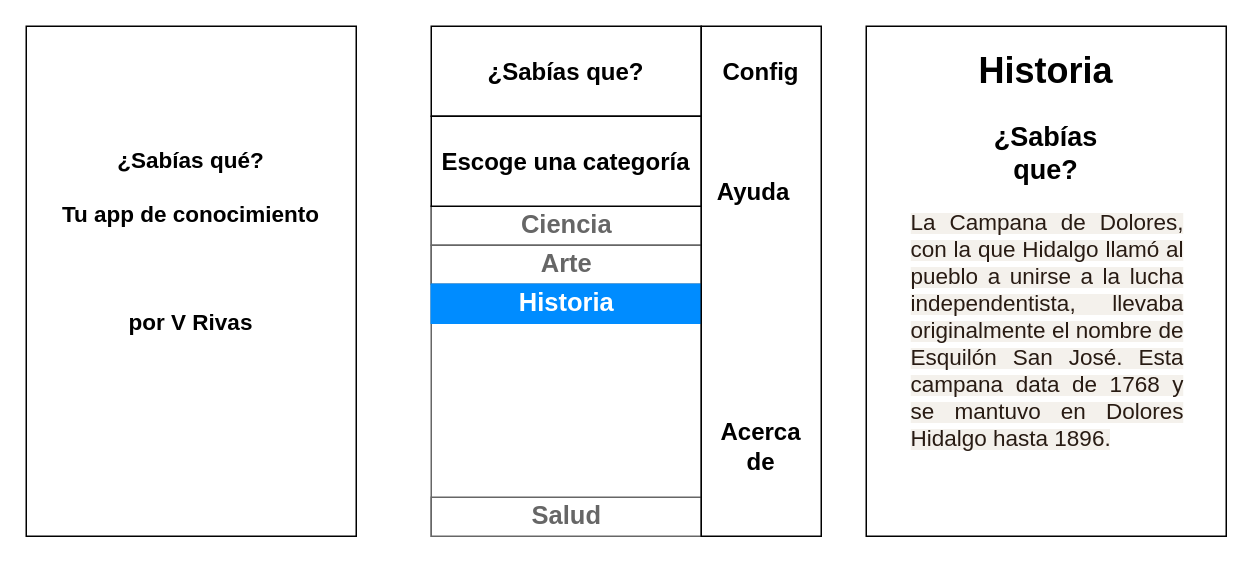
Earlier version of the draw.io diagram Untitled Diagram.drawio (radiovictrola/appdemo1). Source tidied: cells renumbered, new cells numbered last; positions are measured from the earlier drawing's top-left corner, leaving out a move shared by most shapes. Both pictures are drawn from the tidied source at 150%, with x=0, y=0 at pixel (26, 26).
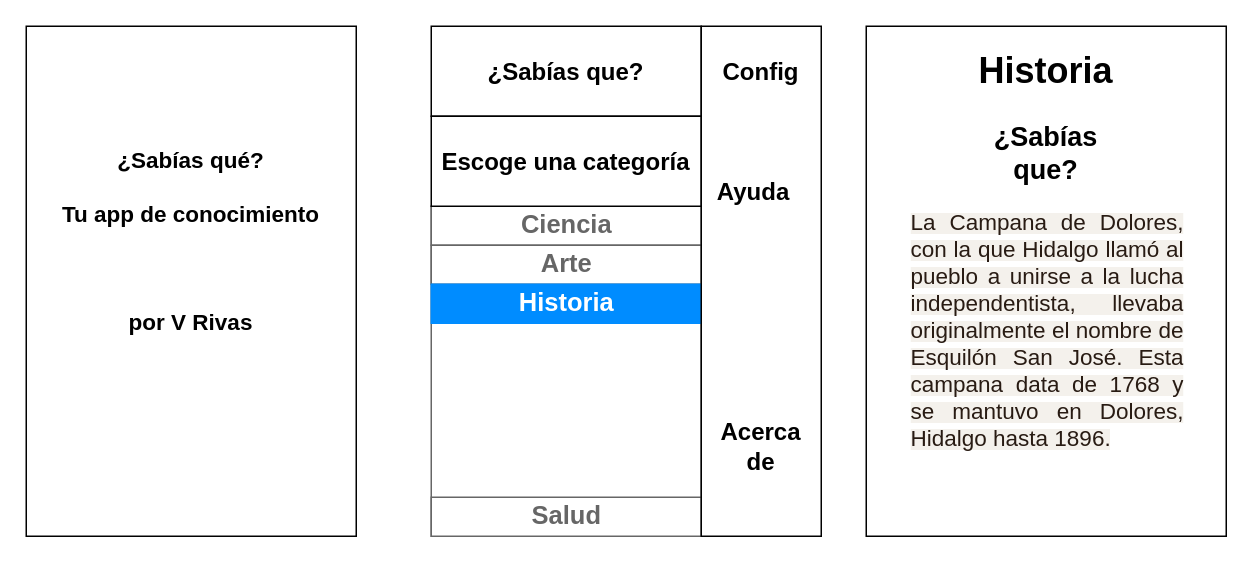
Above is the later version.

The edit, as a diff of the source:
```diff
@@
 <mxGraphModel background="#ffffff">
   <root>
     <mxCell id="0" />
     <mxCell id="1" parent="0" />
     <mxCell id="2" style="strokeWidth=1;shadow=0;dashed=0;align=center;html=1;shape=mxgraph.mockup.containers.rrect;rSize=0;strokeColor=#666666;" parent="1" vertex="1">
       <mxGeometry x="270" y="120" width="180" height="220" as="geometry" />
     </mxCell>
     <mxCell id="3" value="Ciencia" style="strokeColor=inherit;fillColor=inherit;gradientColor=inherit;strokeWidth=1;shadow=0;dashed=0;align=center;html=1;shape=mxgraph.mockup.containers.rrect;rSize=0;fontSize=17;fontColor=#666666;fontStyle=1;" parent="2" vertex="1">
       <mxGeometry width="180" height="26" relative="1" as="geometry" />
     </mxCell>
     <mxCell id="4" value="Arte" style="strokeColor=inherit;fillColor=inherit;gradientColor=inherit;strokeWidth=1;shadow=0;dashed=0;align=center;html=1;shape=mxgraph.mockup.containers.rrect;rSize=0;fontSize=17;fontColor=#666666;fontStyle=1;" parent="2" vertex="1">
       <mxGeometry width="180" height="26" relative="1" as="geometry">
         <mxPoint y="26" as="offset" />
       </mxGeometry>
     </mxCell>
     <mxCell id="5" value="Historia" style="strokeWidth=1;shadow=0;dashed=0;align=center;html=1;shape=mxgraph.mockup.containers.rrect;rSize=0;fontSize=17;fontColor=#ffffff;fontStyle=1;fillColor=#008cff;strokeColor=#008cff;" parent="2" vertex="1">
       <mxGeometry width="180" height="26" relative="1" as="geometry">
         <mxPoint y="52" as="offset" />
       </mxGeometry>
     </mxCell>
     <mxCell id="6" value="Salud" style="strokeColor=inherit;fillColor=inherit;gradientColor=inherit;strokeWidth=1;shadow=0;dashed=0;align=center;html=1;shape=mxgraph.mockup.containers.rrect;rSize=0;fontSize=17;fontColor=#666666;fontStyle=1;" parent="2" vertex="1">
       <mxGeometry y="1" width="180" height="26" relative="1" as="geometry">
         <mxPoint y="-26" as="offset" />
       </mxGeometry>
     </mxCell>
     <mxCell id="7" value="&lt;b&gt;&lt;font style=&quot;font-size: 16px&quot;&gt;¿Sabías que?&lt;/font&gt;&lt;/b&gt;" style="rounded=0;whiteSpace=wrap;html=1;" parent="1" vertex="1">
       <mxGeometry x="270" width="180" height="60" as="geometry" />
     </mxCell>
     <mxCell id="8" value="&lt;b&gt;&lt;font style=&quot;font-size: 16px&quot;&gt;Escoge una categoría&lt;/font&gt;&lt;/b&gt;" style="rounded=0;whiteSpace=wrap;html=1;" parent="1" vertex="1">
       <mxGeometry x="270" y="60" width="180" height="60" as="geometry" />
     </mxCell>
     <mxCell id="9" style="rounded=0;whiteSpace=wrap;html=1;" parent="1" vertex="1">
       <mxGeometry x="450" width="80" height="340" as="geometry" />
     </mxCell>
     <mxCell id="10" value="&lt;b&gt;&lt;font style=&quot;font-size: 16px&quot;&gt;Config&lt;/font&gt;&lt;/b&gt;" style="text;html=1;strokeColor=none;fillColor=none;align=center;verticalAlign=middle;whiteSpace=wrap;rounded=0;" parent="1" vertex="1">
       <mxGeometry x="470" y="20" width="40" height="20" as="geometry" />
     </mxCell>
     <mxCell id="11" value="&lt;b style=&quot;font-size: 15px&quot;&gt;¿Sabías qué?&lt;br&gt;&lt;br&gt;Tu app de conocimiento&lt;br&gt;&lt;br&gt;&lt;br&gt;&lt;br&gt;por V Rivas&lt;br&gt;&lt;br&gt;&lt;br&gt;&lt;br&gt;&lt;/b&gt;" style="rounded=0;whiteSpace=wrap;html=1;" parent="1" vertex="1">
       <mxGeometry width="220" height="340" as="geometry" />
     </mxCell>
     <mxCell id="12" value="&lt;b&gt;&lt;font style=&quot;font-size: 16px&quot;&gt;Ayuda&lt;/font&gt;&lt;/b&gt;" style="text;html=1;strokeColor=none;fillColor=none;align=center;verticalAlign=middle;whiteSpace=wrap;rounded=0;" parent="1" vertex="1">
       <mxGeometry x="480" y="100" width="10" height="20" as="geometry" />
     </mxCell>
     <mxCell id="13" value="&lt;b&gt;&lt;font style=&quot;font-size: 16px&quot;&gt;Acerca de&lt;/font&gt;&lt;/b&gt;" style="text;html=1;strokeColor=none;fillColor=none;align=center;verticalAlign=middle;whiteSpace=wrap;rounded=0;" parent="1" vertex="1">
       <mxGeometry x="470" y="270" width="40" height="20" as="geometry" />
     </mxCell>
     <mxCell id="14" style="rounded=0;whiteSpace=wrap;html=1;" parent="1" vertex="1">
       <mxGeometry x="560" width="240" height="340" as="geometry" />
     </mxCell>
     <mxCell id="15" value="&lt;b&gt;&lt;font style=&quot;font-size: 24px&quot;&gt;Historia&lt;/font&gt;&lt;/b&gt;" style="text;html=1;strokeColor=none;fillColor=none;align=center;verticalAlign=middle;whiteSpace=wrap;rounded=0;" parent="1" vertex="1">
       <mxGeometry x="660" y="20" width="40" height="20" as="geometry" />
     </mxCell>
     <mxCell id="16" value="&lt;b&gt;&lt;font style=&quot;font-size: 18px&quot;&gt;¿Sabías que?&lt;/font&gt;&lt;/b&gt;" style="text;html=1;strokeColor=none;fillColor=none;align=center;verticalAlign=middle;whiteSpace=wrap;rounded=0;" parent="1" vertex="1">
       <mxGeometry x="660" y="70" width="40" height="30" as="geometry" />
     </mxCell>
-    <mxCell id="17" value="&lt;p style=&quot;text-align: justify&quot;&gt;&lt;span style=&quot;color: rgb(40 , 27 , 19) ; font-weight: 400 ; background-color: rgb(244 , 241 , 236)&quot;&gt;&lt;font style=&quot;line-height: 120% ; font-size: 15px&quot;&gt;La Campana de Dolores, con la que Hidalgo llamó al pueblo a unirse a la lucha independentista, llevaba originalmente el nombre de Esquilón San José. Esta campana data de 1768 y se mantuvo en Dolores Hidalgo hasta 1896.&lt;/font&gt;&lt;/span&gt;&lt;/p&gt;" style="text;html=1;strokeColor=none;fillColor=none;spacing=5;spacingTop=-20;whiteSpace=wrap;overflow=hidden;rounded=0;" parent="1" vertex="1">
+    <mxCell id="17" value="&lt;p style=&quot;text-align: justify&quot;&gt;&lt;span style=&quot;color: rgb(40 , 27 , 19) ; font-weight: 400 ; background-color: rgb(244 , 241 , 236)&quot;&gt;&lt;font style=&quot;line-height: 120% ; font-size: 15px&quot;&gt;La Campana de Dolores, con la que Hidalgo llamó al pueblo a unirse a la lucha independentista, llevaba originalmente el nombre de Esquilón San José. Esta campana data de 1768 y se mantuvo en Dolores, Hidalgo hasta 1896.&lt;/font&gt;&lt;/span&gt;&lt;/p&gt;" style="text;html=1;strokeColor=none;fillColor=none;spacing=5;spacingTop=-20;whiteSpace=wrap;overflow=hidden;rounded=0;" parent="1" vertex="1">
       <mxGeometry x="585" y="120" width="190" height="170" as="geometry" />
     </mxCell>
   </root>
 </mxGraphModel>
```
